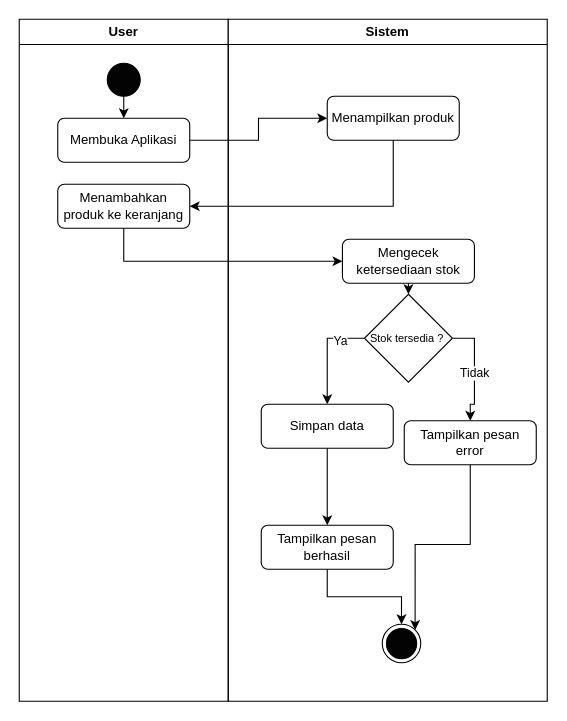
Before: User profile.drawio in rizalpahlevii/activity-diagram, a draw.io diagram. Source tidied: cells renumbered, new cells numbered last; positions are measured from the earlier drawing's top-left corner, leaving out a move shared by most shapes. Both pictures are drawn from the tidied source at 110%, with x=0, y=0 at pixel (19, 19).
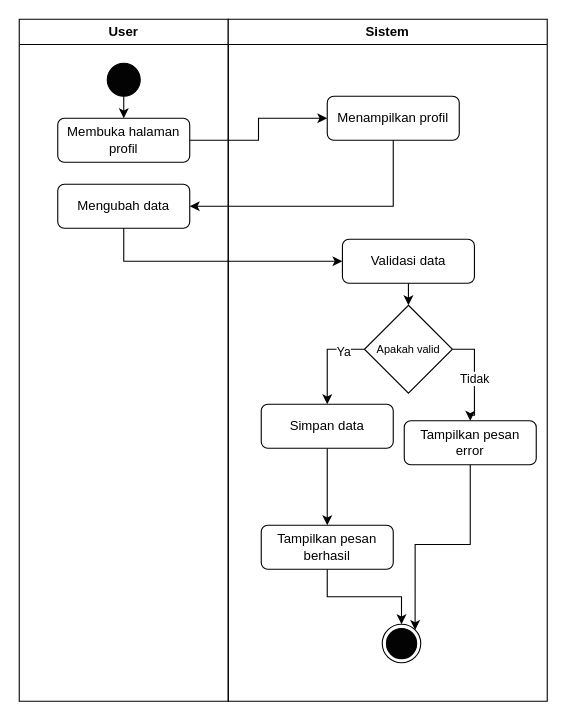
After the change.

The change refers to these unchanged cells:
```xml
<mxCell id="2" value="User" style="swimlane;whiteSpace=wrap;html=1;" parent="1" vertex="1">
  <mxGeometry width="190" height="620" as="geometry" />
</mxCell>
<mxCell id="7" value="Sistem" style="swimlane;whiteSpace=wrap;html=1;" parent="1" vertex="1">
  <mxGeometry x="190" width="290" height="620" as="geometry" />
</mxCell>
```

The edit, as a diff of the source:
```diff
@@
-    <mxCell id="5" value="Membuka Aplikasi" style="rounded=1;whiteSpace=wrap;html=1;" parent="2" vertex="1">
+    <mxCell id="5" value="Membuka halaman profil" style="rounded=1;whiteSpace=wrap;html=1;" parent="2" vertex="1">
       <mxGeometry x="35" y="90" width="120" height="40" as="geometry" />
     </mxCell>
-    <mxCell id="6" value="Menambahkan produk ke keranjang" style="rounded=1;whiteSpace=wrap;html=1;" parent="2" vertex="1">
+    <mxCell id="6" value="Mengubah data" style="rounded=1;whiteSpace=wrap;html=1;" parent="2" vertex="1">
       <mxGeometry x="35" y="150" width="120" height="40" as="geometry" />
     </mxCell>
@@
-    <mxCell id="8" value="Menampilkan produk" style="rounded=1;whiteSpace=wrap;html=1;" parent="7" vertex="1">
+    <mxCell id="8" value="Menampilkan profil" style="rounded=1;whiteSpace=wrap;html=1;" parent="7" vertex="1">
       <mxGeometry x="90" y="70" width="120" height="40" as="geometry" />
     </mxCell>
@@
-    <mxCell id="10" value="Mengecek ketersediaan stok" style="rounded=1;whiteSpace=wrap;html=1;" parent="7" vertex="1">
+    <mxCell id="10" value="Validasi data" style="rounded=1;whiteSpace=wrap;html=1;" parent="7" vertex="1">
       <mxGeometry x="103.8" y="200" width="120" height="40" as="geometry" />
     </mxCell>
@@
-    <mxCell id="15" value="&lt;font style=&quot;font-size: 10px;&quot;&gt;Stok tersedia ?&amp;nbsp;&lt;/font&gt;" style="rhombus;whiteSpace=wrap;html=1;" parent="7" vertex="1">
-      <mxGeometry x="123.8" y="250" width="80" height="80" as="geometry" />
+    <mxCell id="15" value="&lt;font style=&quot;font-size: 10px;&quot;&gt;Apakah valid&lt;/font&gt;" style="rhombus;whiteSpace=wrap;html=1;" parent="7" vertex="1">
+      <mxGeometry x="123.8" y="260" width="80" height="80" as="geometry" />
     </mxCell>
```
